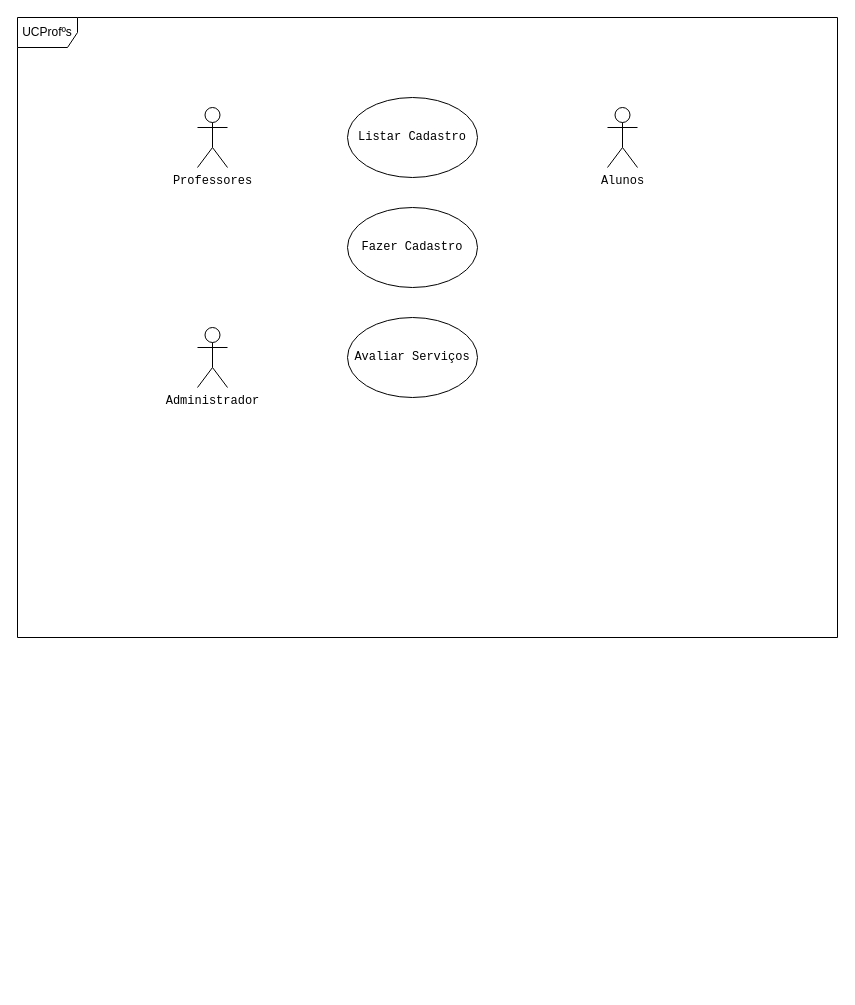
gabi-lessa/AnaliseProjetoSistemas keeps this draw.io diagram as Caso de Uso.drawio. Above is the earlier version. Source tidied: cells renumbered, new cells numbered last; positions are measured from the earlier drawing's top-left corner, leaving out a move shared by most shapes. Both pictures are drawn from the tidied source at 100%, with x=0, y=0 at pixel (17, 17).
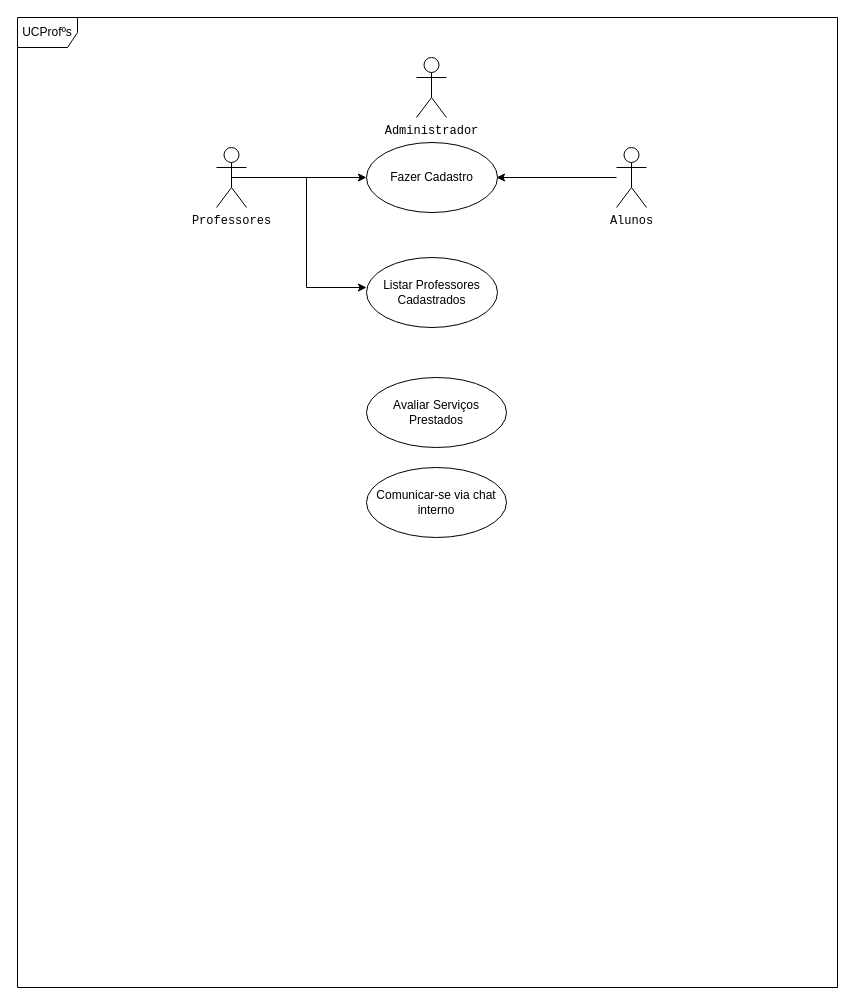
The same diagram, later.

What changed in the source:
```diff
@@
 <mxGraphModel>
   <root>
     <mxCell id="0" />
     <mxCell id="1" parent="0" />
-    <mxCell id="2" value="Fazer Cadastro" style="ellipse;whiteSpace=wrap;html=1;fontFamily=Courier New;" parent="1" vertex="1">
-      <mxGeometry x="330" y="190" width="130" height="80" as="geometry" />
-    </mxCell>
+    <mxCell id="9" style="edgeStyle=orthogonalEdgeStyle;rounded=0;jettySize=auto;html=1;exitX=0.5;exitY=0.5;exitDx=0;exitDy=0;exitPerimeter=0;" parent="1" edge="1" source="3">
+      <mxGeometry relative="1" as="geometry">
+        <mxPoint x="349" y="160" as="targetPoint" />
+      </mxGeometry>
+    </mxCell>
+    <mxCell id="10" style="edgeStyle=orthogonalEdgeStyle;rounded=0;jettySize=auto;html=1;exitX=0.5;exitY=0.5;exitDx=0;exitDy=0;exitPerimeter=0;entryX=0;entryY=0.5;entryDx=0;entryDy=0;" parent="1" edge="1" source="3">
+      <mxGeometry relative="1" as="geometry">
+        <mxPoint x="349" y="270" as="targetPoint" />
+        <Array as="points">
+          <mxPoint x="289" y="160" />
+          <mxPoint x="289" y="270" />
+        </Array>
+      </mxGeometry>
+    </mxCell>
     <mxCell id="3" value="Professores" style="shape=umlActor;verticalLabelPosition=bottom;verticalAlign=top;html=1;outlineConnect=0;fontFamily=Courier New;" parent="1" vertex="1">
-      <mxGeometry x="180" y="90" width="30" height="60" as="geometry" />
+      <mxGeometry x="199" y="130" width="30" height="60" as="geometry" />
     </mxCell>
+    <mxCell id="11" style="edgeStyle=orthogonalEdgeStyle;rounded=0;jettySize=auto;html=1;entryX=1;entryY=0.5;entryDx=0;entryDy=0;" parent="1" edge="1" source="4">
+      <mxGeometry relative="1" as="geometry">
+        <mxPoint x="479" y="160" as="targetPoint" />
+      </mxGeometry>
+    </mxCell>
     <mxCell id="4" value="Alunos" style="shape=umlActor;verticalLabelPosition=bottom;verticalAlign=top;html=1;outlineConnect=0;fontFamily=Courier New;" parent="1" vertex="1">
-      <mxGeometry x="590" y="90" width="30" height="60" as="geometry" />
+      <mxGeometry x="599" y="130" width="30" height="60" as="geometry" />
     </mxCell>
-    <mxCell id="5" value="Listar Cadastro" style="ellipse;whiteSpace=wrap;html=1;fontFamily=Courier New;" parent="1" vertex="1">
-      <mxGeometry x="330" y="80" width="130" height="80" as="geometry" />
-    </mxCell>
-    <mxCell id="6" value="Avaliar Serviços" style="ellipse;whiteSpace=wrap;html=1;fontFamily=Courier New;" parent="1" vertex="1">
-      <mxGeometry x="330" y="300" width="130" height="80" as="geometry" />
-    </mxCell>
     <mxCell id="7" value="Administrador" style="shape=umlActor;verticalLabelPosition=bottom;verticalAlign=top;html=1;fontFamily=Courier New;" parent="1" vertex="1">
-      <mxGeometry x="180" y="310" width="30" height="60" as="geometry" />
+      <mxGeometry x="399" y="40" width="30" height="60" as="geometry" />
     </mxCell>
     <mxCell id="8" value="UCProfºs" style="shape=umlFrame;whiteSpace=wrap;html=1;" parent="1" vertex="1">
-      <mxGeometry width="820" height="620" as="geometry" />
+      <mxGeometry width="820" height="970" as="geometry" />
     </mxCell>
+    <mxCell id="2" value="Fazer Cadastro" style="ellipse;whiteSpace=wrap;html=1;" parent="1" vertex="1">
+      <mxGeometry x="349" y="125" width="131" height="70" as="geometry" />
+    </mxCell>
+    <mxCell id="12" value="Listar Professores Cadastrados" style="ellipse;whiteSpace=wrap;html=1;" parent="1" vertex="1">
+      <mxGeometry x="349" y="240" width="131" height="70" as="geometry" />
+    </mxCell>
+    <mxCell id="13" value="Avaliar Serviços Prestados" style="ellipse;whiteSpace=wrap;html=1;" parent="1" vertex="1">
+      <mxGeometry x="349" y="360" width="140" height="70" as="geometry" />
+    </mxCell>
+    <mxCell id="14" value="Comunicar-se via chat interno" style="ellipse;whiteSpace=wrap;html=1;" parent="1" vertex="1">
+      <mxGeometry x="349" y="450" width="140" height="70" as="geometry" />
+    </mxCell>
   </root>
 </mxGraphModel>
```
